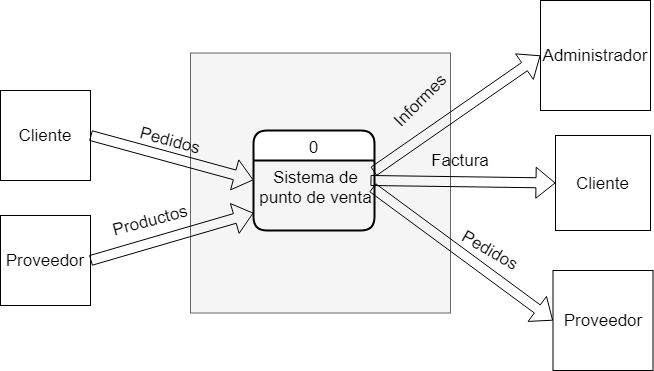
Above: Documentación/diagrama libre de contexto.png in elmergustavo/Proyecto-Analisis (draw.io), before the change. Source tidied: cells renumbered, new cells last; positions are measured from the earlier drawing's top-left corner, leaving out a move shared by most shapes.
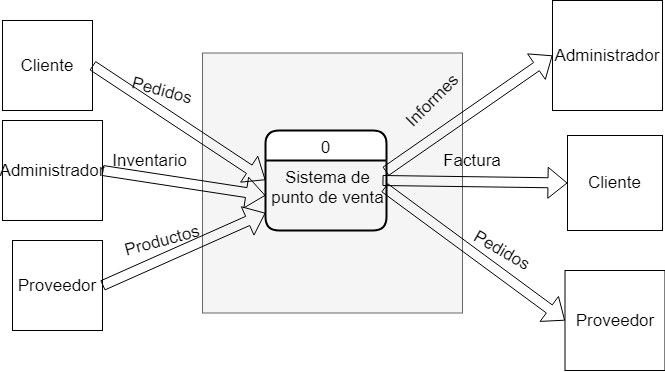
The same diagram one commit later.

The edit, as a diff of the source:
```diff
@@ -41,7 +41,7 @@
       <mxGeometry x="440" y="150" width="40" height="20" as="geometry" />
     </mxCell>
     <mxCell id="14" value="Cliente" style="whiteSpace=wrap;html=1;fontSize=17;fillColor=#FFFFFF;align=center;" parent="1" vertex="1">
-      <mxGeometry y="90" width="90" height="90" as="geometry" />
+      <mxGeometry x="-10" y="20" width="90" height="90" as="geometry" />
     </mxCell>
     <mxCell id="15" style="shape=flexArrow;endArrow=classic;html=1;fontSize=17;entryX=0;entryY=0.5;entryDx=0;entryDy=0;exitX=1;exitY=0.5;exitDx=0;exitDy=0;" parent="1" edge="1" source="14">
       <mxGeometry relative="1" as="geometry">
@@ -49,16 +49,25 @@
       </mxGeometry>
     </mxCell>
     <mxCell id="16" value="Pedidos" style="text;html=1;strokeColor=none;fillColor=none;align=center;verticalAlign=middle;whiteSpace=wrap;rounded=0;fontSize=17;rotation=15;" parent="1" vertex="1">
-      <mxGeometry x="150" y="130" width="40" height="20" as="geometry" />
+      <mxGeometry x="130" y="80" width="40" height="20" as="geometry" />
     </mxCell>
     <mxCell id="17" value="Proveedor" style="whiteSpace=wrap;html=1;fontSize=17;fillColor=#FFFFFF;align=center;" parent="1" vertex="1">
-      <mxGeometry y="215" width="90" height="90" as="geometry" />
+      <mxGeometry y="240" width="90" height="90" as="geometry" />
     </mxCell>
     <mxCell id="18" style="shape=flexArrow;endArrow=classic;html=1;fontSize=17;exitX=1;exitY=0.5;exitDx=0;exitDy=0;entryX=0;entryY=0.75;entryDx=0;entryDy=0;" parent="1" edge="1" source="17" target="4">
       <mxGeometry relative="1" as="geometry" />
     </mxCell>
     <mxCell id="19" value="Productos" style="text;html=1;strokeColor=none;fillColor=none;align=center;verticalAlign=middle;whiteSpace=wrap;rounded=0;fontSize=17;rotation=-15;" parent="1" vertex="1">
-      <mxGeometry x="130" y="210" width="40" height="20" as="geometry" />
+      <mxGeometry x="130" y="230" width="40" height="20" as="geometry" />
     </mxCell>
+    <mxCell id="20" value="Administrador" style="whiteSpace=wrap;html=1;fontSize=17;fillColor=#FFFFFF;align=center;" parent="1" vertex="1">
+      <mxGeometry x="-10" y="120" width="100" height="100" as="geometry" />
+    </mxCell>
+    <mxCell id="21" style="shape=flexArrow;endArrow=classic;html=1;fontSize=17;exitX=1;exitY=0.5;exitDx=0;exitDy=0;entryX=0;entryY=0.5;entryDx=0;entryDy=0;" parent="1" edge="1" source="20" target="4">
+      <mxGeometry relative="1" as="geometry" />
+    </mxCell>
+    <mxCell id="22" value="Inventario&amp;nbsp;" style="text;html=1;strokeColor=none;fillColor=none;align=center;verticalAlign=middle;whiteSpace=wrap;rounded=0;fontSize=17;" parent="1" vertex="1">
+      <mxGeometry x="120" y="150" width="40" height="20" as="geometry" />
+    </mxCell>
   </root>
 </mxGraphModel>
```
